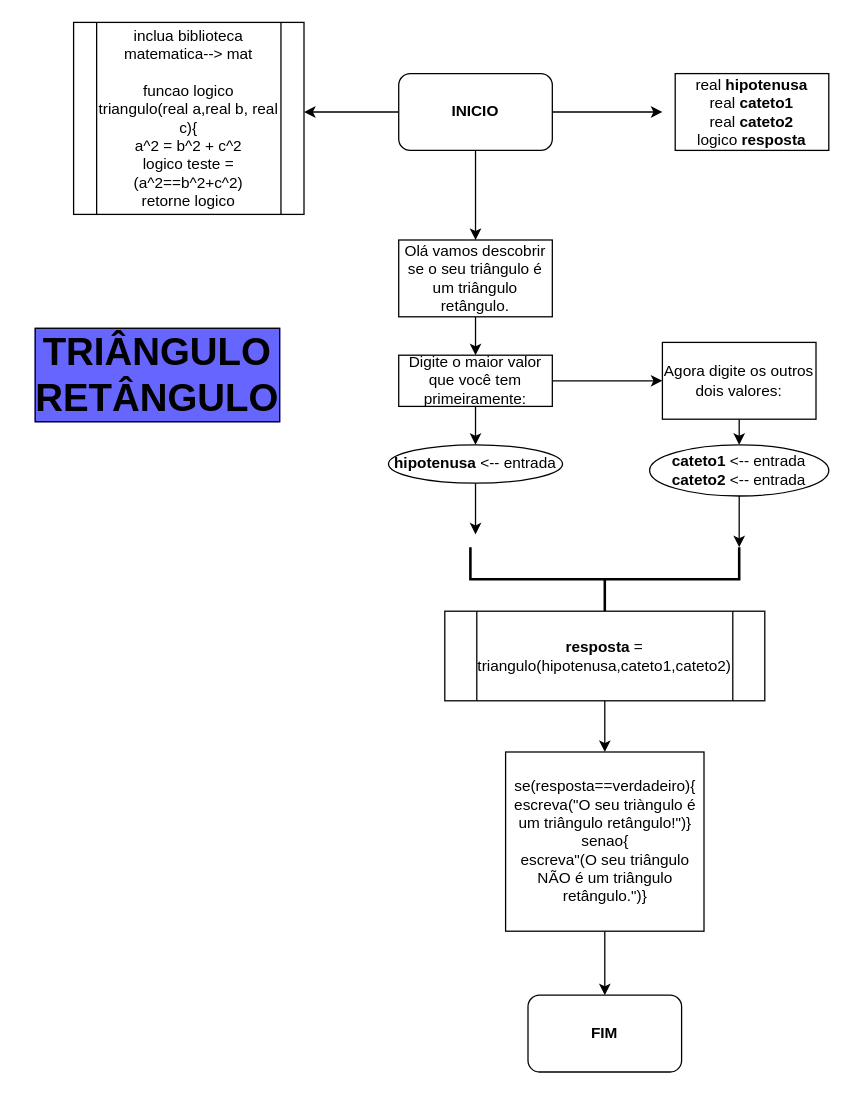
Before: triangulo_retangulo.drawio in Matheuslbcosta02/diagramas_pdf, a draw.io diagram. Source tidied: cells renumbered, new cells numbered last; positions are measured from the earlier drawing's top-left corner, leaving out a move shared by most shapes. Both pictures are drawn from the tidied source at 128%, with x=0, y=0 at pixel (22, 22).
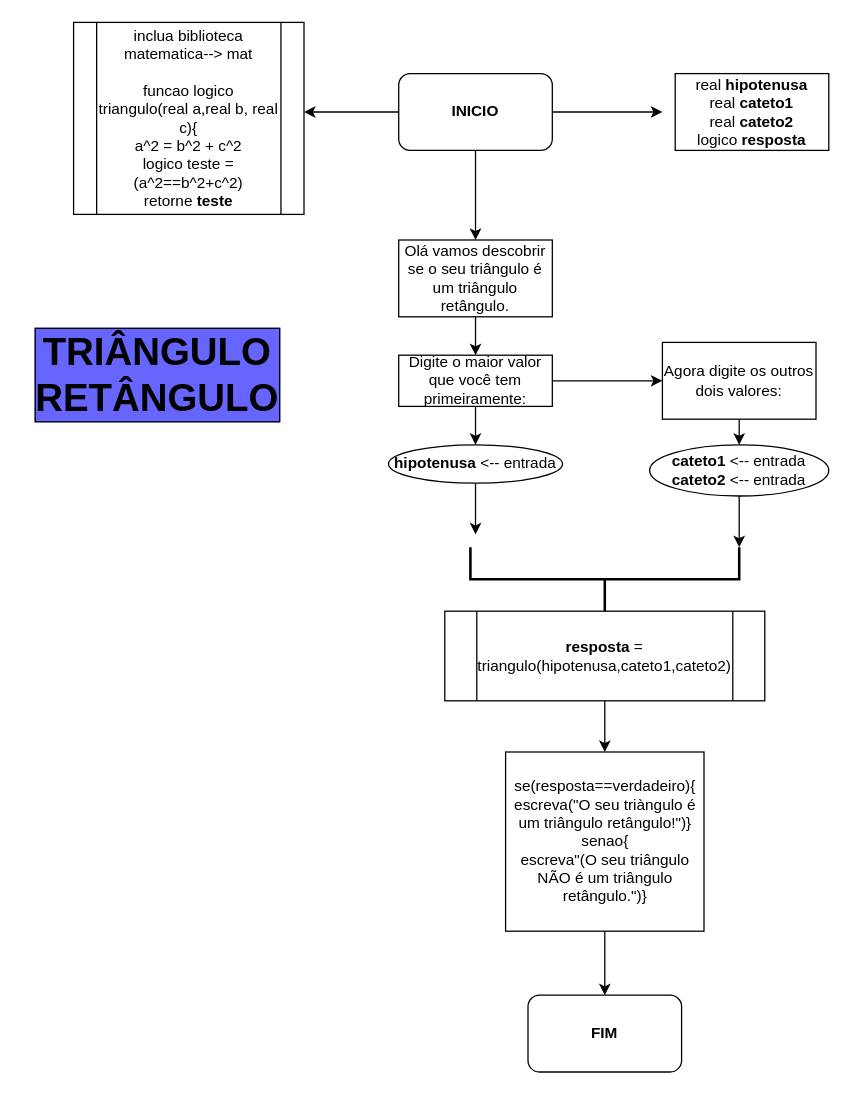
After the change.

Diff of the diagram source:
```diff
@@
-    <mxCell id="6" value="inclua biblioteca matematica--&amp;gt; mat&lt;div&gt;&lt;br&gt;&lt;/div&gt;&lt;div&gt;funcao logico triangulo(real a,real b, real c){&lt;/div&gt;&lt;div&gt;a^2 = b^2 + c^2&lt;/div&gt;&lt;div&gt;logico teste = (a^2==b^2+c^2)&lt;/div&gt;&lt;div&gt;retorne logico&lt;/div&gt;" style="shape=process;whiteSpace=wrap;html=1;backgroundOutline=1;" parent="1" vertex="1">
+    <mxCell id="6" value="inclua biblioteca matematica--&amp;gt; mat&lt;div&gt;&lt;br&gt;&lt;/div&gt;&lt;div&gt;funcao logico triangulo(real a,real b, real c){&lt;/div&gt;&lt;div&gt;a^2 = b^2 + c^2&lt;/div&gt;&lt;div&gt;logico teste = (a^2==b^2+c^2)&lt;/div&gt;&lt;div&gt;retorne &lt;b&gt;teste&lt;/b&gt;&lt;/div&gt;" style="shape=process;whiteSpace=wrap;html=1;backgroundOutline=1;" parent="1" vertex="1">
       <mxGeometry x="40" width="180" height="150" as="geometry" />
     </mxCell>
```
